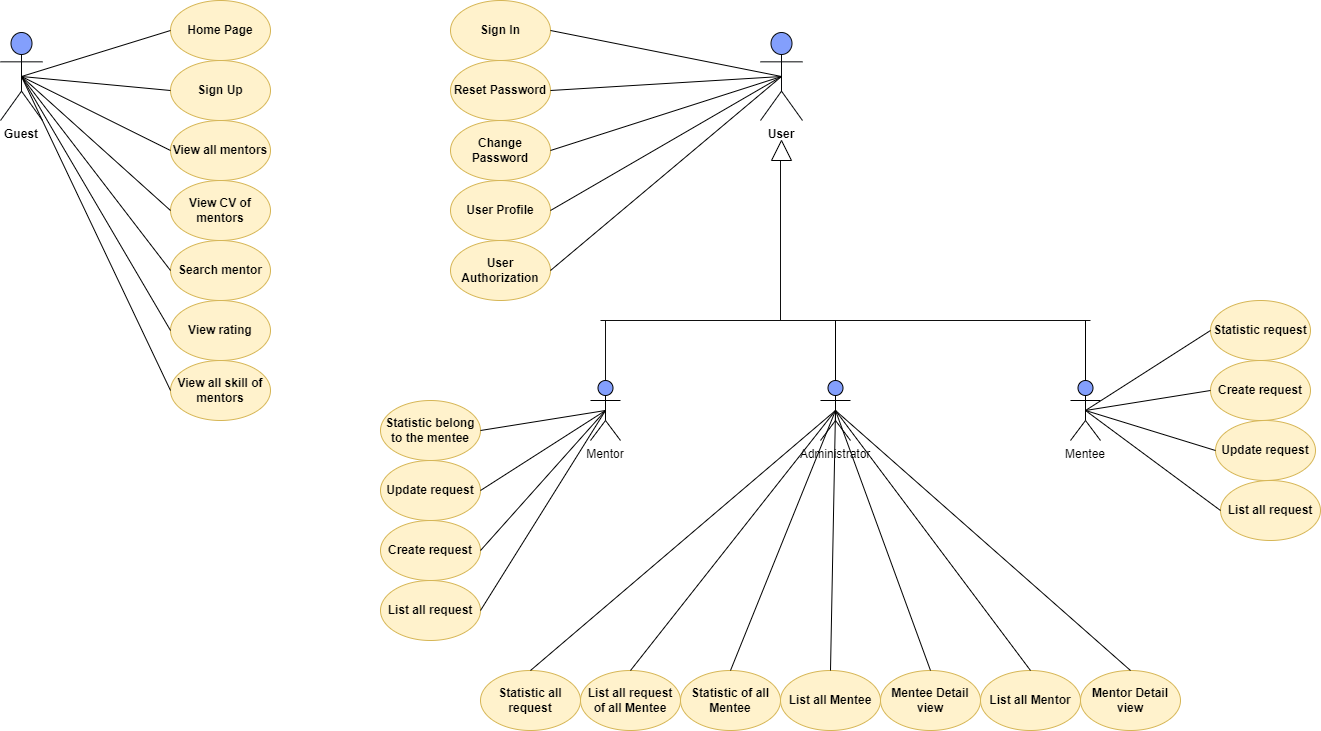
Earlier version of the draw.io export SWP391_UML.drawio.png (dungdt23/SWP391_Document). Source tidied: cells renumbered, new cells last; positions are measured from the earlier drawing's top-left corner, leaving out a move shared by most shapes.
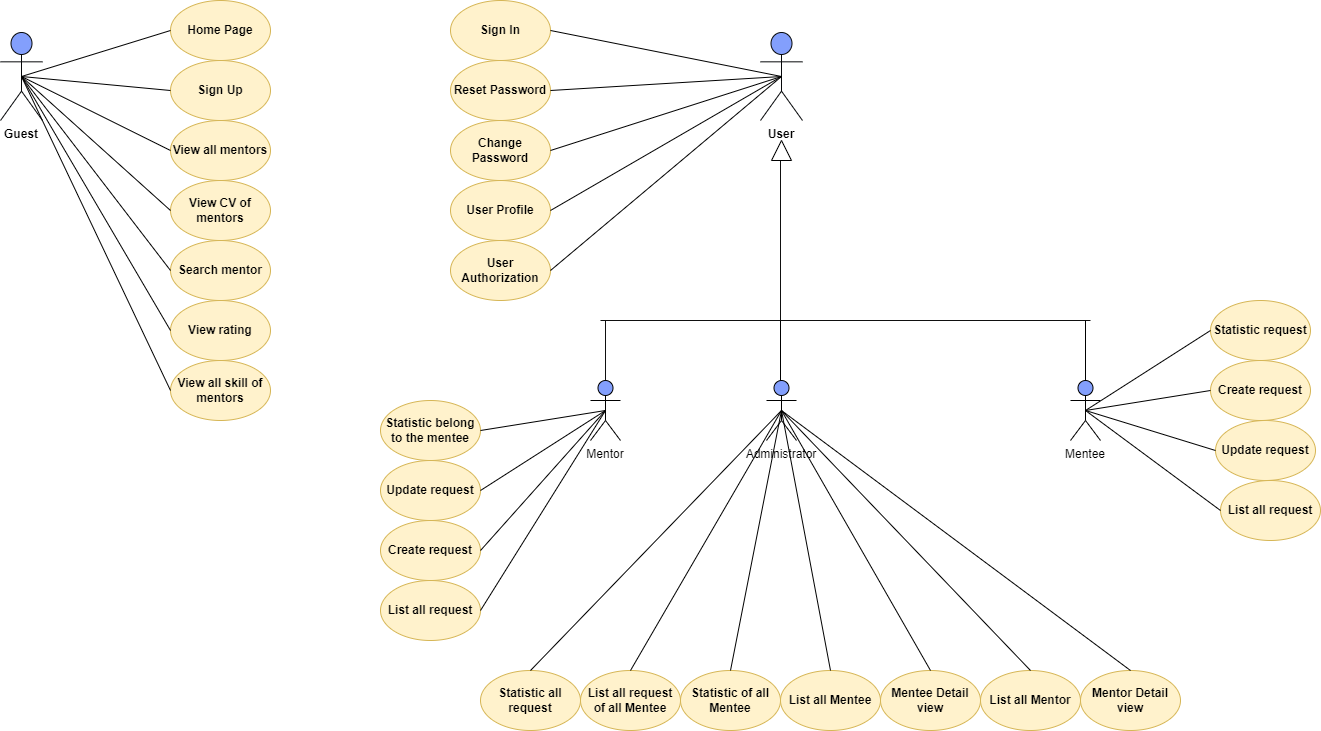
The same diagram one commit later.

Diff of the diagram source:
```diff
@@ -12,7 +12,7 @@
       <mxGeometry x="1070" y="380" width="30" height="60" as="geometry" />
     </mxCell>
     <mxCell id="5" value="Administrator" style="shape=umlActor;verticalLabelPosition=bottom;verticalAlign=top;outlineConnect=0;fillColor=#839FFC;" parent="1" vertex="1">
-      <mxGeometry x="820" y="380" width="30" height="60" as="geometry" />
+      <mxGeometry x="766" y="380" width="30" height="60" as="geometry" />
     </mxCell>
     <mxCell id="6" value="Home Page" style="ellipse;whiteSpace=wrap;html=1;fillColor=#fff2cc;strokeColor=#d6b656;fontStyle=1;" parent="1" vertex="1">
       <mxGeometry x="170" width="100" height="60" as="geometry" />
@@ -106,9 +106,10 @@
         <mxPoint x="605" y="320" as="sourcePoint" />
       </mxGeometry>
     </mxCell>
-    <mxCell id="34" style="endArrow=none;html=1;rounded=0;strokeColor=default;exitX=0.5;exitY=0;exitDx=0;exitDy=0;exitPerimeter=0;" parent="1" edge="1" source="5">
+    <mxCell id="34" style="endArrow=none;html=1;rounded=0;strokeColor=default;" parent="1" edge="1">
       <mxGeometry relative="1" as="geometry">
-        <mxPoint x="835" y="320" as="targetPoint" />
+        <mxPoint x="780" y="380" as="sourcePoint" />
+        <mxPoint x="780" y="320" as="targetPoint" />
       </mxGeometry>
     </mxCell>
     <mxCell id="35" style="endArrow=none;html=1;rounded=0;strokeColor=default;exitX=0.5;exitY=0;exitDx=0;exitDy=0;exitPerimeter=0;" parent="1" edge="1" source="4">
```
